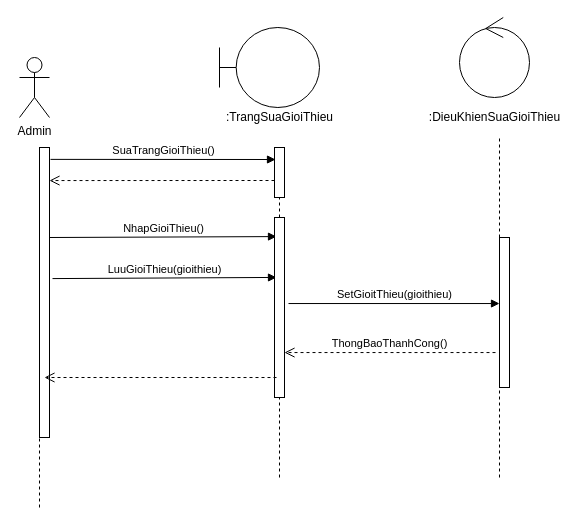
The draw.io diagram Sequence/SuaGioiThieu.drawio in hoangminh15/PTTKHT, before the edit. Source tidied: cells renumbered, new cells numbered last; positions are measured from the earlier drawing's top-left corner, leaving out a move shared by most shapes. Both pictures are drawn from the tidied source at 100%, with x=0, y=0 at pixel (19, 17).
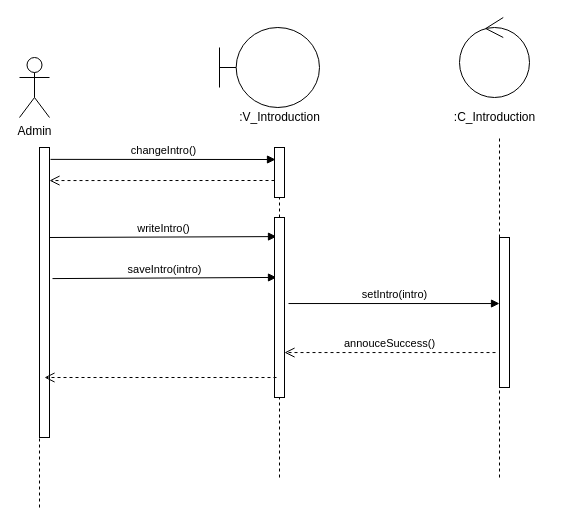
After the change.

The change refers to these unchanged cells:
```xml
<mxCell id="14" style="html=1;points=[];perimeter=orthogonalPerimeter;" parent="1" vertex="1">
  <mxGeometry x="255" y="130" width="10" height="50" as="geometry" />
</mxCell>
<mxCell id="16" style="html=1;points=[];perimeter=orthogonalPerimeter;" parent="1" vertex="1">
  <mxGeometry x="20" y="130" width="10" height="290" as="geometry" />
</mxCell>
<mxCell id="17" style="html=1;points=[];perimeter=orthogonalPerimeter;" parent="1" vertex="1">
  <mxGeometry x="255" y="200" width="10" height="180" as="geometry" />
</mxCell>
<mxCell id="21" style="html=1;points=[];perimeter=orthogonalPerimeter;" parent="1" vertex="1">
  <mxGeometry x="480" y="220" width="10" height="150" as="geometry" />
</mxCell>
```

What changed in the source:
```diff
@@
-    <mxCell id="2" value="SuaTrangGioiThieu()" style="html=1;verticalAlign=bottom;endArrow=block;exitX=1.1;exitY=0.041;exitDx=0;exitDy=0;exitPerimeter=0;entryX=0.1;entryY=0.24;entryDx=0;entryDy=0;entryPerimeter=0;" parent="1" edge="1" source="16" target="14">
+    <mxCell id="2" value="changeIntro()" style="html=1;verticalAlign=bottom;endArrow=block;exitX=1.1;exitY=0.041;exitDx=0;exitDy=0;exitPerimeter=0;entryX=0.1;entryY=0.24;entryDx=0;entryDy=0;entryPerimeter=0;" parent="1" edge="1" source="16" target="14">
       <mxGeometry relative="1" as="geometry" />
     </mxCell>
@@
-    <mxCell id="4" value="NhapGioiThieu()" style="html=1;verticalAlign=bottom;endArrow=block;exitX=1;exitY=0.345;exitDx=0;exitDy=0;exitPerimeter=0;entryX=0.2;entryY=0.106;entryDx=0;entryDy=0;entryPerimeter=0;" parent="1" edge="1" target="17">
+    <mxCell id="4" value="writeIntro()" style="html=1;verticalAlign=bottom;endArrow=block;exitX=1;exitY=0.345;exitDx=0;exitDy=0;exitPerimeter=0;entryX=0.2;entryY=0.106;entryDx=0;entryDy=0;entryPerimeter=0;" parent="1" edge="1" target="17">
       <mxGeometry relative="1" as="geometry">
         <mxPoint x="30" y="220" as="sourcePoint" />
       </mxGeometry>
     </mxCell>
-    <mxCell id="5" value="LuuGioiThieu(gioithieu)" style="html=1;verticalAlign=bottom;endArrow=block;exitX=1.3;exitY=0.452;exitDx=0;exitDy=0;exitPerimeter=0;entryX=0.2;entryY=0.333;entryDx=0;entryDy=0;entryPerimeter=0;" parent="1" edge="1" source="16" target="17">
+    <mxCell id="5" value="saveIntro(intro)" style="html=1;verticalAlign=bottom;endArrow=block;exitX=1.3;exitY=0.452;exitDx=0;exitDy=0;exitPerimeter=0;entryX=0.2;entryY=0.333;entryDx=0;entryDy=0;entryPerimeter=0;" parent="1" edge="1" source="16" target="17">
       <mxGeometry relative="1" as="geometry" />
     </mxCell>
-    <mxCell id="6" value="SetGioitThieu(gioithieu)" style="html=1;verticalAlign=bottom;endArrow=block;exitX=1.4;exitY=0.478;exitDx=0;exitDy=0;exitPerimeter=0;" parent="1" edge="1" source="17" target="21">
+    <mxCell id="6" value="setIntro(intro)" style="html=1;verticalAlign=bottom;endArrow=block;exitX=1.4;exitY=0.478;exitDx=0;exitDy=0;exitPerimeter=0;" parent="1" edge="1" source="17" target="21">
       <mxGeometry relative="1" as="geometry" />
     </mxCell>
-    <mxCell id="7" value="ThongBaoThanhCong()" style="html=1;verticalAlign=bottom;endArrow=open;dashed=1;endSize=8;exitX=-0.4;exitY=0.767;exitDx=0;exitDy=0;exitPerimeter=0;" parent="1" edge="1" source="21" target="17">
+    <mxCell id="7" value="annouceSuccess()" style="html=1;verticalAlign=bottom;endArrow=open;dashed=1;endSize=8;exitX=-0.4;exitY=0.767;exitDx=0;exitDy=0;exitPerimeter=0;" parent="1" edge="1" source="21" target="17">
       <mxGeometry relative="1" as="geometry" />
     </mxCell>
-    <mxCell id="8" value=":TrangSuaGioiThieu" style="text;html=1;align=center;verticalAlign=middle;" parent="1" vertex="1">
-      <mxGeometry x="200" y="90" width="120" height="20" as="geometry" />
+    <mxCell id="8" value=":V_Introduction" style="text;html=1;align=center;verticalAlign=middle;" parent="1" vertex="1">
+      <mxGeometry x="215" y="90" width="90" height="20" as="geometry" />
     </mxCell>
-    <mxCell id="9" value=":DieuKhienSuaGioiThieu" style="text;html=1;align=center;verticalAlign=middle;" parent="1" vertex="1">
-      <mxGeometry x="405" y="90" width="140" height="20" as="geometry" />
+    <mxCell id="9" value=":C_Introduction" style="text;html=1;align=center;verticalAlign=middle;" parent="1" vertex="1">
+      <mxGeometry x="430" y="90" width="90" height="20" as="geometry" />
     </mxCell>
```
